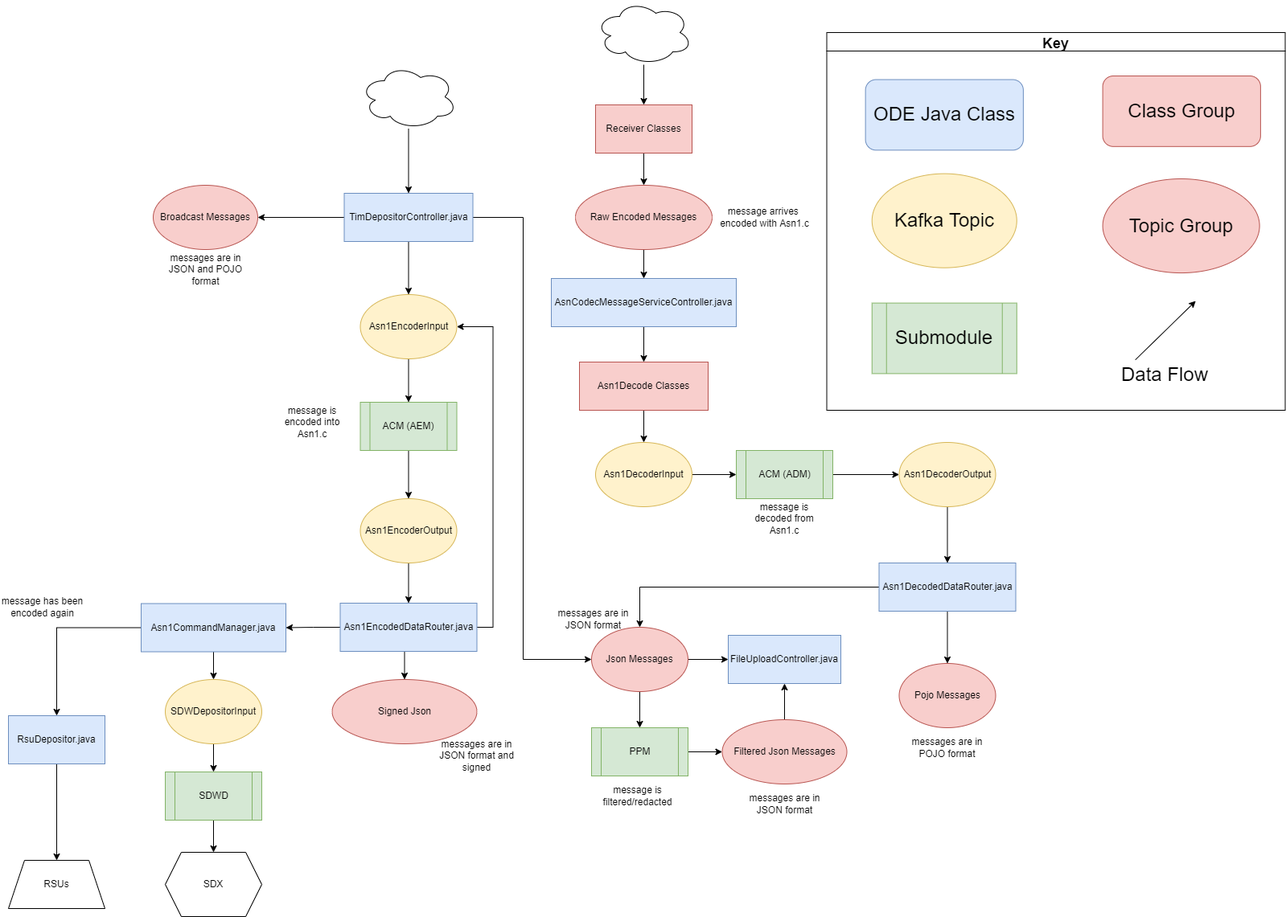
Before: docs/data-flow-diagrams/ODE Data Flow Overview.drawio.png, a diagram exported from draw.io (usdot-jpo-ode/jpo-ode). Source tidied: cells renumbered, new cells last; positions are measured from the earlier drawing's top-left corner, leaving out a move shared by most shapes.
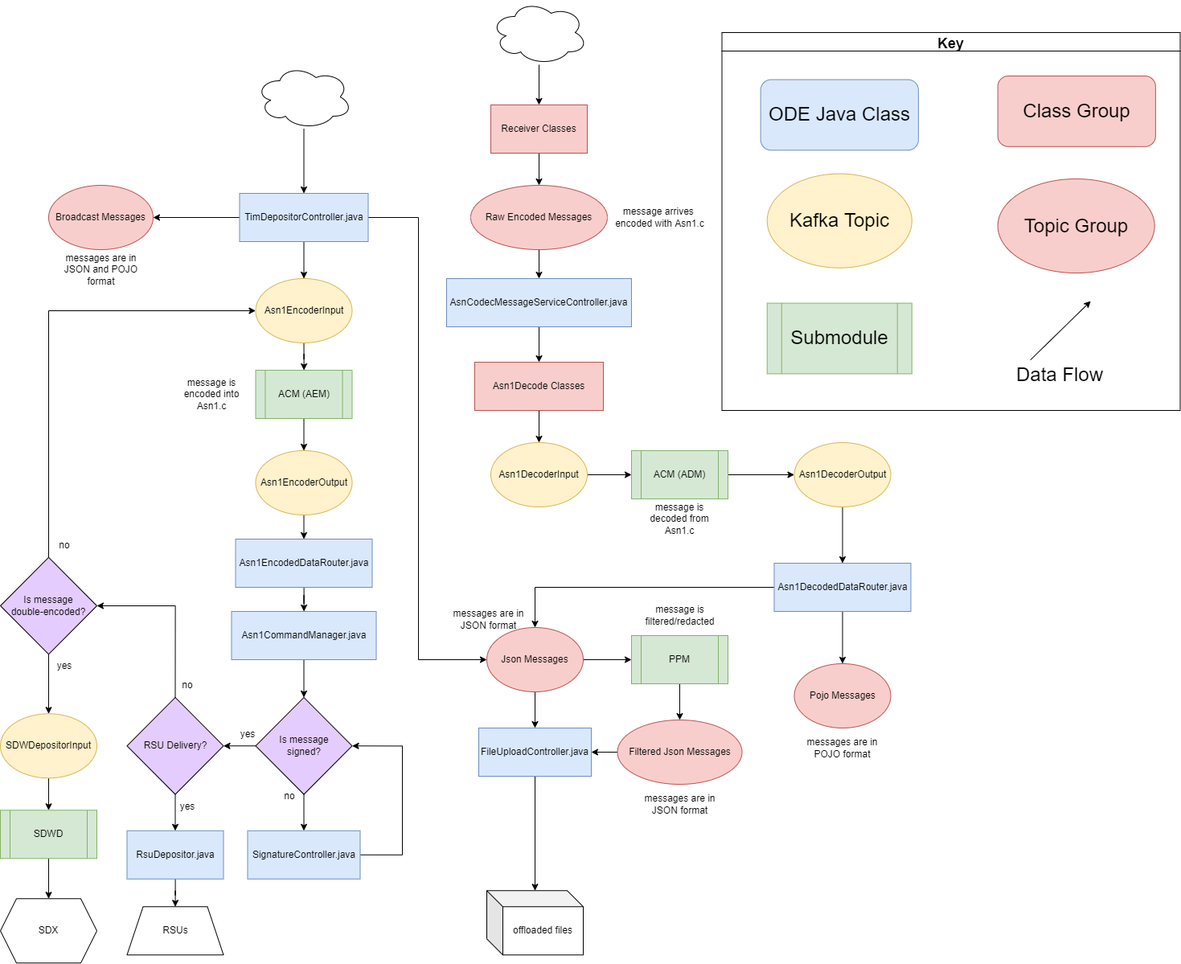
Above is the later version.

Commit message:
Updated the Overview & TIM diagrams and added data flow explanations to the relevant README.

Diff of the diagram source:
```diff
@@ -35,8 +35,11 @@
     <mxCell id="12" value="Asn1DecoderOutput" style="ellipse;whiteSpace=wrap;html=1;fillColor=#fff2cc;strokeColor=#d6b656;" parent="1" vertex="1">
       <mxGeometry x="1117.5" y="550" width="120" height="80" as="geometry" />
     </mxCell>
+    <mxCell id="77" style="edgeStyle=orthogonalEdgeStyle;rounded=0;jettySize=auto;html=1;" parent="1" edge="1" source="13" target="79">
+      <mxGeometry relative="1" as="geometry" />
+    </mxCell>
     <mxCell id="13" value="FileUploadController.java" style="rounded=0;whiteSpace=wrap;html=1;fillColor=#dae8fc;strokeColor=#6c8ebf;" parent="1" vertex="1">
-      <mxGeometry x="905" y="790" width="140" height="60" as="geometry" />
+      <mxGeometry x="725" y="905" width="140" height="60" as="geometry" />
     </mxCell>
     <mxCell id="14" style="edgeStyle=orthogonalEdgeStyle;rounded=0;jettySize=auto;html=1;entryX=0.5;entryY=0;entryDx=0;entryDy=0;" parent="1" edge="1" source="15" target="17">
       <mxGeometry relative="1" as="geometry" />
@@ -89,7 +92,7 @@
       <mxGeometry relative="1" as="geometry" />
     </mxCell>
     <mxCell id="29" value="PPM" style="shape=process;whiteSpace=wrap;html=1;backgroundOutline=1;fillColor=#d5e8d4;strokeColor=#82b366;" parent="1" vertex="1">
-      <mxGeometry x="735" y="905" width="120" height="60" as="geometry" />
+      <mxGeometry x="915" y="790" width="120" height="60" as="geometry" />
     </mxCell>
     <mxCell id="30" style="edgeStyle=orthogonalEdgeStyle;rounded=0;jettySize=auto;html=1;" parent="1" edge="1" source="31" target="13">
       <mxGeometry relative="1" as="geometry" />
@@ -97,59 +100,47 @@
     <mxCell id="31" value="Filtered Json Messages" style="ellipse;whiteSpace=wrap;html=1;fillColor=#f8cecc;strokeColor=#b85450;" parent="1" vertex="1">
       <mxGeometry x="897.5" y="895" width="155" height="80" as="geometry" />
     </mxCell>
-    <mxCell id="32" style="edgeStyle=orthogonalEdgeStyle;rounded=0;jettySize=auto;html=1;" parent="1" edge="1" source="34" target="36">
-      <mxGeometry relative="1" as="geometry" />
-    </mxCell>
-    <mxCell id="33" style="edgeStyle=orthogonalEdgeStyle;rounded=0;jettySize=auto;html=1;" parent="1" edge="1" source="34" target="75">
-      <mxGeometry relative="1" as="geometry" />
-    </mxCell>
+    <mxCell id="78" style="edgeStyle=orthogonalEdgeStyle;rounded=0;jettySize=auto;html=1;entryX=0.5;entryY=0;entryDx=0;entryDy=0;" parent="1" edge="1" source="34" target="92">
+      <mxGeometry relative="1" as="geometry" />
+    </mxCell>
     <mxCell id="34" value="Asn1CommandManager.java" style="rounded=0;whiteSpace=wrap;html=1;fillColor=#dae8fc;strokeColor=#6c8ebf;" parent="1" vertex="1">
-      <mxGeometry x="175" y="750.5" width="180" height="60" as="geometry" />
+      <mxGeometry x="417.5" y="760" width="180" height="60" as="geometry" />
     </mxCell>
     <mxCell id="35" style="edgeStyle=orthogonalEdgeStyle;rounded=0;jettySize=auto;html=1;" parent="1" edge="1" source="36" target="49">
       <mxGeometry relative="1" as="geometry" />
     </mxCell>
     <mxCell id="36" value="SDWDepositorInput" style="ellipse;whiteSpace=wrap;html=1;fillColor=#fff2cc;strokeColor=#d6b656;" parent="1" vertex="1">
-      <mxGeometry x="205" y="845" width="120" height="80" as="geometry" />
+      <mxGeometry x="130" y="887.2" width="120" height="80" as="geometry" />
     </mxCell>
-    <mxCell id="37" style="edgeStyle=orthogonalEdgeStyle;rounded=0;jettySize=auto;html=1;entryX=1;entryY=0.5;entryDx=0;entryDy=0;exitX=0;exitY=0.5;exitDx=0;exitDy=0;" parent="1" edge="1" source="40" target="34">
+    <mxCell id="37" style="edgeStyle=orthogonalEdgeStyle;rounded=0;jettySize=auto;html=1;" parent="1" edge="1" source="40" target="34">
       <mxGeometry relative="1" as="geometry" />
     </mxCell>
-    <mxCell id="38" style="edgeStyle=orthogonalEdgeStyle;rounded=0;jettySize=auto;html=1;exitX=0.5;exitY=1;exitDx=0;exitDy=0;entryX=0.5;entryY=0;entryDx=0;entryDy=0;" parent="1" edge="1" source="40" target="41">
-      <mxGeometry relative="1" as="geometry" />
-    </mxCell>
-    <mxCell id="39" style="edgeStyle=orthogonalEdgeStyle;rounded=0;jettySize=auto;html=1;entryX=1;entryY=0.5;entryDx=0;entryDy=0;exitX=1;exitY=0.5;exitDx=0;exitDy=0;" parent="1" edge="1" source="40" target="43">
-      <mxGeometry relative="1" as="geometry" />
-    </mxCell>
     <mxCell id="40" value="Asn1EncodedDataRouter.java" style="rounded=0;whiteSpace=wrap;html=1;fillColor=#dae8fc;strokeColor=#6c8ebf;" parent="1" vertex="1">
-      <mxGeometry x="422.5" y="750" width="170" height="60" as="geometry" />
+      <mxGeometry x="422.5" y="670" width="170" height="60" as="geometry" />
     </mxCell>
-    <mxCell id="41" value="Signed Json" style="ellipse;whiteSpace=wrap;html=1;fillColor=#f8cecc;strokeColor=#b85450;" parent="1" vertex="1">
-      <mxGeometry x="412.5" y="845" width="180" height="80" as="geometry" />
-    </mxCell>
     <mxCell id="42" style="edgeStyle=orthogonalEdgeStyle;rounded=0;jettySize=auto;html=1;" parent="1" edge="1" source="43" target="45">
       <mxGeometry relative="1" as="geometry" />
     </mxCell>
     <mxCell id="43" value="Asn1EncoderInput" style="ellipse;whiteSpace=wrap;html=1;fillColor=#fff2cc;strokeColor=#d6b656;" parent="1" vertex="1">
-      <mxGeometry x="447.5" y="366" width="120" height="80" as="geometry" />
+      <mxGeometry x="447.5" y="346" width="120" height="80" as="geometry" />
     </mxCell>
     <mxCell id="44" style="edgeStyle=orthogonalEdgeStyle;rounded=0;jettySize=auto;html=1;" parent="1" edge="1" source="45" target="47">
       <mxGeometry relative="1" as="geometry" />
     </mxCell>
     <mxCell id="45" value="ACM (AEM)" style="shape=process;whiteSpace=wrap;html=1;backgroundOutline=1;fillColor=#d5e8d4;strokeColor=#82b366;" parent="1" vertex="1">
-      <mxGeometry x="447.5" y="500" width="120" height="60" as="geometry" />
+      <mxGeometry x="447.5" y="460" width="120" height="60" as="geometry" />
     </mxCell>
     <mxCell id="46" style="edgeStyle=orthogonalEdgeStyle;rounded=0;jettySize=auto;html=1;exitX=0.5;exitY=1;exitDx=0;exitDy=0;entryX=0.5;entryY=0;entryDx=0;entryDy=0;" parent="1" edge="1" source="47" target="40">
       <mxGeometry relative="1" as="geometry" />
     </mxCell>
     <mxCell id="47" value="Asn1EncoderOutput" style="ellipse;whiteSpace=wrap;html=1;fillColor=#fff2cc;strokeColor=#d6b656;" parent="1" vertex="1">
-      <mxGeometry x="447.5" y="620" width="120" height="80" as="geometry" />
+      <mxGeometry x="447.5" y="560" width="120" height="80" as="geometry" />
     </mxCell>
     <mxCell id="48" style="edgeStyle=orthogonalEdgeStyle;rounded=0;jettySize=auto;html=1;exitX=0.5;exitY=1;exitDx=0;exitDy=0;" parent="1" edge="1" source="49" target="73">
       <mxGeometry relative="1" as="geometry" />
     </mxCell>
     <mxCell id="49" value="SDWD" style="shape=process;whiteSpace=wrap;html=1;backgroundOutline=1;fillColor=#d5e8d4;strokeColor=#82b366;" parent="1" vertex="1">
-      <mxGeometry x="205" y="960" width="120" height="60" as="geometry" />
+      <mxGeometry x="130" y="1007.2" width="120" height="60" as="geometry" />
     </mxCell>
     <mxCell id="50" style="edgeStyle=orthogonalEdgeStyle;rounded=0;jettySize=auto;html=1;" parent="1" edge="1" source="51" target="15">
       <mxGeometry relative="1" as="geometry" />
@@ -167,17 +158,14 @@
       <mxGeometry x="920" y="620" width="110" height="50" as="geometry" />
     </mxCell>
     <mxCell id="55" value="message is filtered/redacted" style="text;html=1;strokeColor=none;fillColor=none;align=center;verticalAlign=middle;whiteSpace=wrap;rounded=0;" parent="1" vertex="1">
-      <mxGeometry x="740" y="965" width="105" height="50" as="geometry" />
+      <mxGeometry x="922.5" y="740" width="105" height="50" as="geometry" />
     </mxCell>
     <mxCell id="56" value="message is encoded into Asn1.c" style="text;html=1;strokeColor=none;fillColor=none;align=center;verticalAlign=middle;whiteSpace=wrap;rounded=0;" parent="1" vertex="1">
-      <mxGeometry x="332.5" y="500" width="110" height="50" as="geometry" />
+      <mxGeometry x="337.5" y="465" width="110" height="50" as="geometry" />
     </mxCell>
     <mxCell id="57" value="messages are in POJO format" style="text;html=1;strokeColor=none;fillColor=none;align=center;verticalAlign=middle;whiteSpace=wrap;rounded=0;" parent="1" vertex="1">
       <mxGeometry x="1125" y="905" width="105" height="50" as="geometry" />
     </mxCell>
-    <mxCell id="58" value="messages are in JSON format and signed" style="text;html=1;strokeColor=none;fillColor=none;align=center;verticalAlign=middle;whiteSpace=wrap;rounded=0;" parent="1" vertex="1">
-      <mxGeometry x="540" y="915" width="105" height="50" as="geometry" />
-    </mxCell>
     <mxCell id="59" value="messages are in JSON format" style="text;html=1;strokeColor=none;fillColor=none;align=center;verticalAlign=middle;whiteSpace=wrap;rounded=0;" parent="1" vertex="1">
       <mxGeometry x="685" y="745" width="105" height="50" as="geometry" />
     </mxCell>
@@ -194,7 +182,7 @@
       <mxGeometry x="447.5" y="80" width="120" height="80" as="geometry" />
     </mxCell>
     <mxCell id="64" value="RSUs" style="shape=trapezoid;perimeter=trapezoidPerimeter;whiteSpace=wrap;html=1;fixedSize=1;" parent="1" vertex="1">
-      <mxGeometry x="10" y="1070" width="120" height="60" as="geometry" />
+      <mxGeometry x="287.5" y="1127.2" width="120" height="60" as="geometry" />
     </mxCell>
     <mxCell id="65" value="Key" style="swimlane;labelBackgroundColor=none;fontSize=18;" parent="1" vertex="1">
       <mxGeometry x="1027.5" y="40" width="570" height="470" as="geometry" />
@@ -224,16 +212,72 @@
       <mxGeometry x="1370.6" y="94" width="196.2" height="87.8" as="geometry" />
     </mxCell>
     <mxCell id="73" value="SDX" style="shape=hexagon;perimeter=hexagonPerimeter2;whiteSpace=wrap;html=1;fixedSize=1;" parent="1" vertex="1">
-      <mxGeometry x="205" y="1060" width="120" height="80" as="geometry" />
+      <mxGeometry x="130" y="1117.2" width="120" height="80" as="geometry" />
     </mxCell>
     <mxCell id="74" style="edgeStyle=orthogonalEdgeStyle;rounded=0;jettySize=auto;html=1;" parent="1" edge="1" source="75" target="64">
       <mxGeometry relative="1" as="geometry" />
     </mxCell>
     <mxCell id="75" value="RsuDepositor.java" style="rounded=0;whiteSpace=wrap;html=1;fillColor=#dae8fc;strokeColor=#6c8ebf;" parent="1" vertex="1">
-      <mxGeometry x="10" y="890" width="120" height="60" as="geometry" />
+      <mxGeometry x="287.5" y="1032.8" width="120" height="60" as="geometry" />
     </mxCell>
-    <mxCell id="76" value="message has been encoded again" style="text;html=1;strokeColor=none;fillColor=none;align=center;verticalAlign=middle;whiteSpace=wrap;rounded=0;" parent="1" vertex="1">
-      <mxGeometry y="730" width="105" height="50" as="geometry" />
-    </mxCell>
+    <mxCell id="79" value="offloaded files" style="shape=cube;whiteSpace=wrap;html=1;boundedLbl=1;backgroundOutline=1;darkOpacity=0.05;darkOpacity2=0.1;" parent="1" vertex="1">
+      <mxGeometry x="735" y="1107.2" width="120" height="80" as="geometry" />
+    </mxCell>
+    <mxCell id="80" style="edgeStyle=orthogonalEdgeStyle;rounded=0;jettySize=auto;html=1;" parent="1" edge="1" source="82" target="36">
+      <mxGeometry relative="1" as="geometry" />
+    </mxCell>
+    <mxCell id="81" style="edgeStyle=orthogonalEdgeStyle;rounded=0;jettySize=auto;html=1;entryX=0;entryY=0.5;entryDx=0;entryDy=0;exitX=0.5;exitY=0;exitDx=0;exitDy=0;" parent="1" edge="1" source="82" target="43">
+      <mxGeometry relative="1" as="geometry" />
+    </mxCell>
+    <mxCell id="82" value="Is message&lt;br&gt;double-encoded?" style="rhombus;whiteSpace=wrap;html=1;fillColor=#E5CCFF;" parent="1" vertex="1">
+      <mxGeometry x="130" y="692.8" width="120" height="120.5" as="geometry" />
+    </mxCell>
+    <mxCell id="83" style="edgeStyle=orthogonalEdgeStyle;rounded=0;jettySize=auto;html=1;exitX=0.5;exitY=1;exitDx=0;exitDy=0;" parent="1" edge="1" source="85" target="75">
+      <mxGeometry relative="1" as="geometry" />
+    </mxCell>
+    <mxCell id="84" style="edgeStyle=orthogonalEdgeStyle;rounded=0;jettySize=auto;html=1;entryX=1;entryY=0.5;entryDx=0;entryDy=0;exitX=0.5;exitY=0;exitDx=0;exitDy=0;" parent="1" edge="1" source="85" target="82">
+      <mxGeometry relative="1" as="geometry" />
+    </mxCell>
+    <mxCell id="85" value="RSU Delivery?" style="rhombus;whiteSpace=wrap;html=1;fillColor=#E5CCFF;" parent="1" vertex="1">
+      <mxGeometry x="287.5" y="867" width="120" height="120.5" as="geometry" />
+    </mxCell>
+    <mxCell id="86" value="yes" style="text;html=1;strokeColor=none;fillColor=none;align=center;verticalAlign=middle;whiteSpace=wrap;rounded=0;" parent="1" vertex="1">
+      <mxGeometry x="332.5" y="987.5" width="60" height="30" as="geometry" />
+    </mxCell>
+    <mxCell id="87" value="no" style="text;html=1;strokeColor=none;fillColor=none;align=center;verticalAlign=middle;whiteSpace=wrap;rounded=0;" parent="1" vertex="1">
+      <mxGeometry x="332.5" y="837" width="60" height="30" as="geometry" />
+    </mxCell>
+    <mxCell id="88" value="yes" style="text;html=1;strokeColor=none;fillColor=none;align=center;verticalAlign=middle;whiteSpace=wrap;rounded=0;" parent="1" vertex="1">
+      <mxGeometry x="180" y="813.2" width="60" height="30" as="geometry" />
+    </mxCell>
+    <mxCell id="89" value="no" style="text;html=1;strokeColor=none;fillColor=none;align=center;verticalAlign=middle;whiteSpace=wrap;rounded=0;" parent="1" vertex="1">
+      <mxGeometry x="180" y="662.8" width="60" height="30" as="geometry" />
+    </mxCell>
+    <mxCell id="90" style="edgeStyle=orthogonalEdgeStyle;rounded=0;jettySize=auto;html=1;" parent="1" edge="1" source="92" target="85">
+      <mxGeometry relative="1" as="geometry" />
+    </mxCell>
+    <mxCell id="91" style="edgeStyle=orthogonalEdgeStyle;rounded=0;jettySize=auto;html=1;" parent="1" edge="1" source="92" target="96">
+      <mxGeometry relative="1" as="geometry" />
+    </mxCell>
+    <mxCell id="92" value="Is message&lt;br&gt;signed?" style="rhombus;whiteSpace=wrap;html=1;fillColor=#E5CCFF;" parent="1" vertex="1">
+      <mxGeometry x="447.5" y="867" width="120" height="120.5" as="geometry" />
+    </mxCell>
+    <mxCell id="93" value="yes" style="text;html=1;strokeColor=none;fillColor=none;align=center;verticalAlign=middle;whiteSpace=wrap;rounded=0;" parent="1" vertex="1">
+      <mxGeometry x="407.5" y="897.8" width="60" height="30" as="geometry" />
+    </mxCell>
+    <mxCell id="94" value="no" style="text;html=1;strokeColor=none;fillColor=none;align=center;verticalAlign=middle;whiteSpace=wrap;rounded=0;" parent="1" vertex="1">
+      <mxGeometry x="460" y="975" width="60" height="30" as="geometry" />
+    </mxCell>
+    <mxCell id="95" style="edgeStyle=orthogonalEdgeStyle;rounded=0;jettySize=auto;html=1;entryX=1;entryY=0.5;entryDx=0;entryDy=0;exitX=1;exitY=0.5;exitDx=0;exitDy=0;" parent="1" edge="1" source="96" target="92">
+      <mxGeometry relative="1" as="geometry">
+        <Array as="points">
+          <mxPoint x="630" y="1063" />
+          <mxPoint x="630" y="927" />
+        </Array>
+      </mxGeometry>
+    </mxCell>
+    <mxCell id="96" value="SignatureController.java" style="rounded=0;whiteSpace=wrap;html=1;fillColor=#dae8fc;strokeColor=#6c8ebf;" parent="1" vertex="1">
+      <mxGeometry x="437.5" y="1032.8" width="140" height="60" as="geometry" />
+    </mxCell>
   </root>
 </mxGraphModel>
```
